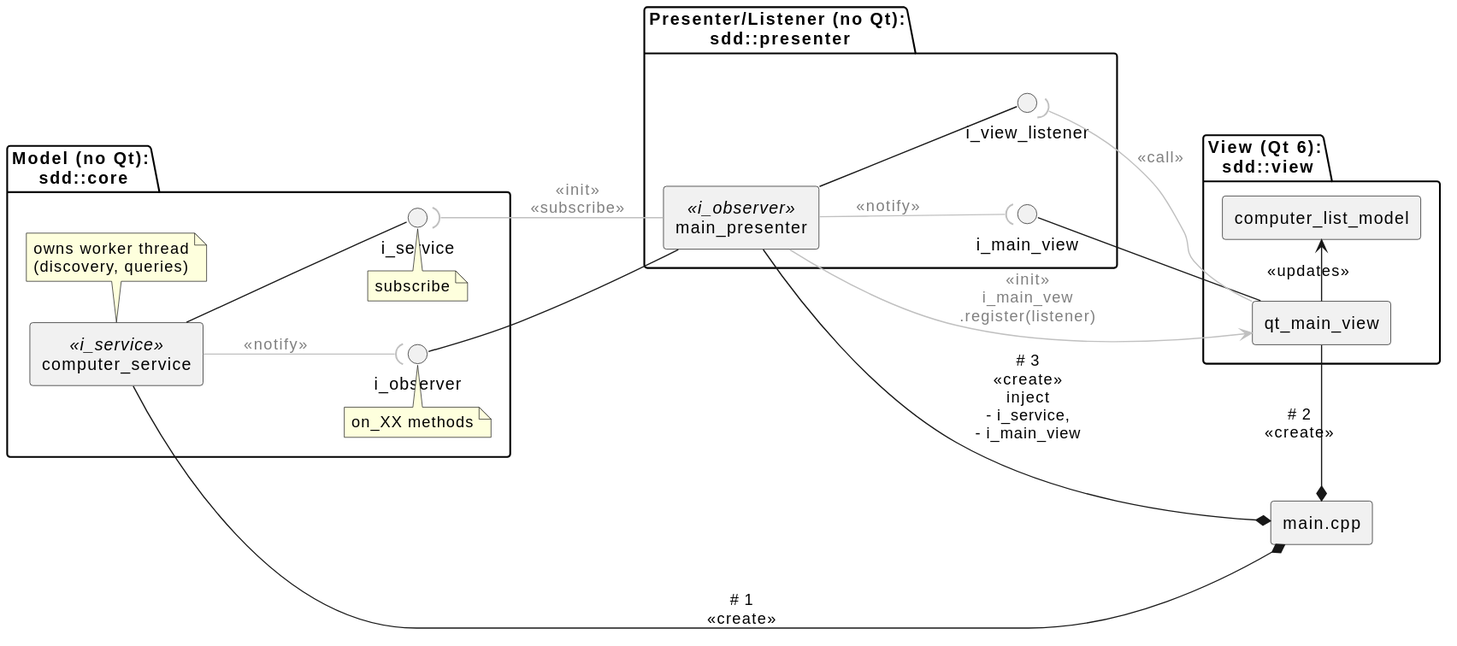
Above: qnx/tools/sdd-monitor/docs/assets/architecture/architecture.svg in jcurl/code.research (PlantUML), before the change. Its diagram source:
```plantuml
@startuml
skinparam componentStyle rectangle
left to right direction

package "Model (no Qt):\n sdd::core" {
  interface "i_service" as isvc
  note top
    subscribe
  end note
  interface "i_observer" as iobs
  note top
    on_XX methods
  end note
  [computer_service] as svc <<i_service>>
  note bottom
    owns worker thread
    (discovery, queries)
  end note
}

package "Presenter/Listener (no Qt):\n sdd::presenter" {
  interface "i_main_view" as iview
  interface "i_view_listener" as ilistener
  [main_presenter] as pres <<i_observer>>
}

package "View (Qt 6):\n sdd::view" {
  [qt_main_view] as qv
  [computer_list_model] as model
}

[main.cpp] as app

svc -d- isvc
svc -d[#silver]-( iobs #text:grey : <<notify>>

pres -u- iobs
pres -u[#silver]-( isvc #text:grey : <<init>>\n<<subscribe>>
pres -d- ilistener
pres -d[#silver]-( iview #text:grey : <<notify>>
pres --d[#silver]-> qv #text:grey : <<init>>\ni_main_vew\n.register(listener)

qv -u- iview
qv -u[#silver]-( ilistener #text:grey : <<call>>
qv -r-> model : <<updates>>

app *-l- svc : #1\n<<create>>
app *-l- pres : #3\n<<create>>\ninject\n- i_service,\n- i_main_view
app *-l- qv : #2\n<<create>>
@enduml
```
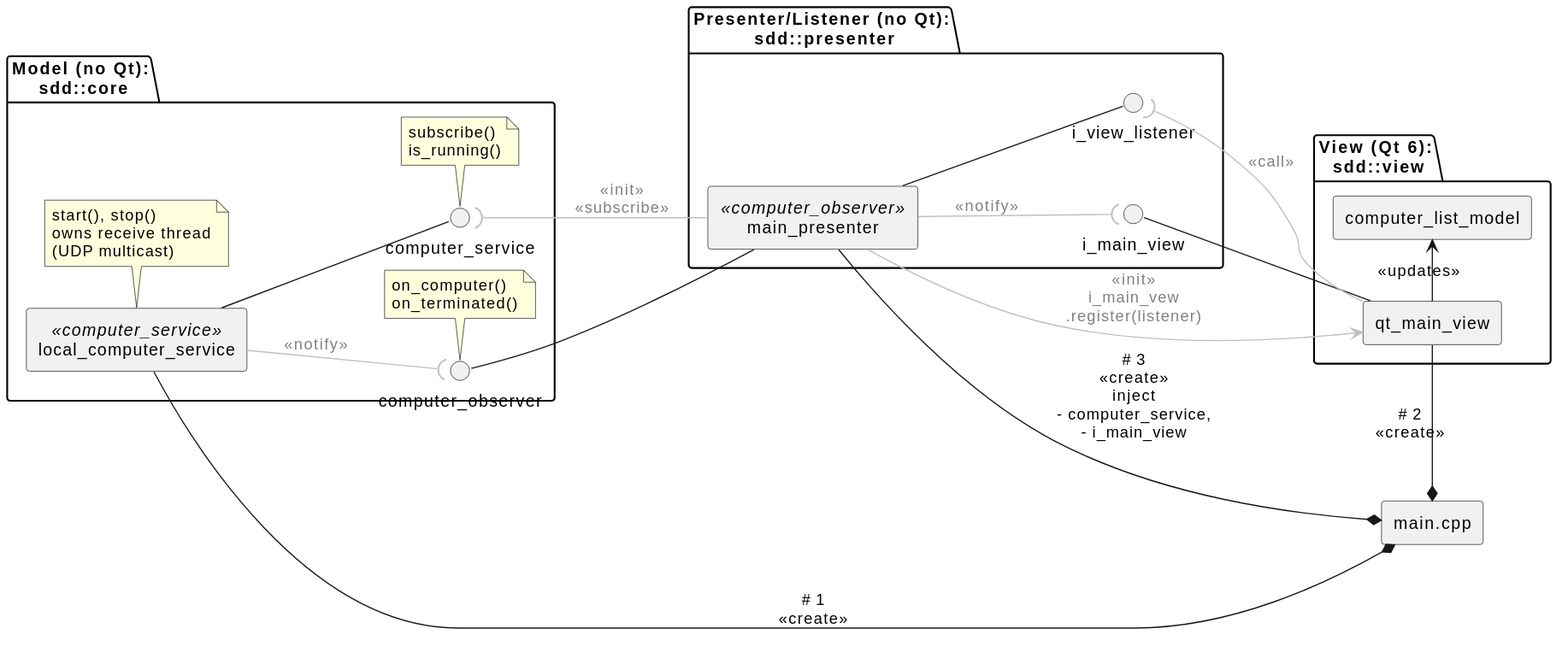
After the change.

Diff of the diagram source:
```diff
@@ -3,25 +3,28 @@
 left to right direction
 
 package "Model (no Qt):\n sdd::core" {
-  interface "i_service" as isvc
-  note top
-    subscribe
+  interface "computer_service" as isvc
+  note bottom
+    subscribe()
+    is_running()
   end note
-  interface "i_observer" as iobs
-  note top
-    on_XX methods
+  interface "computer_observer" as iobs
+  note bottom
+    on_computer()
+    on_terminated()
   end note
-  [computer_service] as svc <<i_service>>
+  [local_computer_service] as svc <<computer_service>>
   note bottom
-    owns worker thread
-    (discovery, queries)
+    start(), stop()
+    owns receive thread
+    (UDP multicast)
   end note
 }
 
 package "Presenter/Listener (no Qt):\n sdd::presenter" {
   interface "i_main_view" as iview
   interface "i_view_listener" as ilistener
-  [main_presenter] as pres <<i_observer>>
+  [main_presenter] as pres <<computer_observer>>
 }
 
 package "View (Qt 6):\n sdd::view" {
@@ -45,6 +48,6 @@
 qv -r-> model : <<updates>>
 
 app *-l- svc : #1\n<<create>>
-app *-l- pres : #3\n<<create>>\ninject\n- i_service,\n- i_main_view
+app *-l- pres : #3\n<<create>>\ninject\n- computer_service,\n- i_main_view
 app *-l- qv : #2\n<<create>>
 @enduml
```
